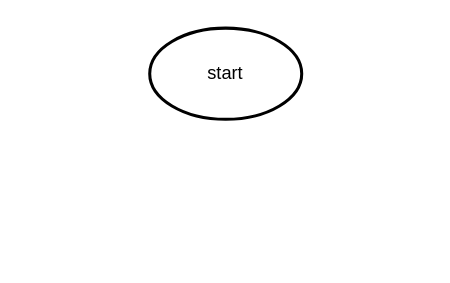
This is SerieFibonacci.drawio from AnthonyLozadaAlexander/DiagramaDeFlujos, a draw.io file, before an edit. Source tidied: cells renumbered, new cells numbered last; positions are measured from the earlier drawing's top-left corner, leaving out a move shared by most shapes. Both pictures are drawn from the tidied source at 152%, with x=0, y=0 at pixel (149, 27).
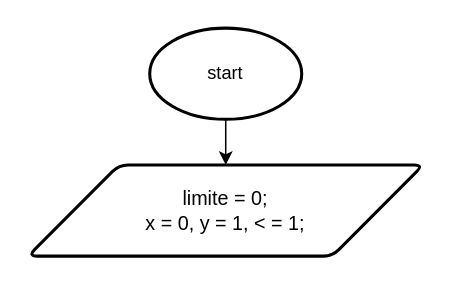
Above is the later version.

Commit message:
Actualizar diagrama de flujo de Fibonacci para ajustar posiciones y agregar condiciones iniciales

What changed in the source:
```diff
@@
 <mxGraphModel>
   <root>
     <mxCell id="0" />
     <mxCell id="1" parent="0" />
     <mxCell id="2" value="start" style="strokeWidth=2;html=1;shape=mxgraph.flowchart.start_1;whiteSpace=wrap;" parent="1" vertex="1">
       <mxGeometry width="100" height="60" as="geometry" />
     </mxCell>
+    <mxCell id="3" value="limite = 0;&lt;div&gt;x = 0, y = 1, &amp;lt; = 1;&lt;/div&gt;" style="shape=parallelogram;html=1;strokeWidth=2;perimeter=parallelogramPerimeter;whiteSpace=wrap;rounded=1;arcSize=12;size=0.23;fontSize=13;" parent="1" vertex="1">
+      <mxGeometry x="-80" y="90" width="260" height="60" as="geometry" />
+    </mxCell>
+    <mxCell id="4" style="edgeStyle=none;html=1;" parent="1" edge="1" source="2">
+      <mxGeometry relative="1" as="geometry">
+        <mxPoint x="50" y="90" as="targetPoint" />
+      </mxGeometry>
+    </mxCell>
   </root>
 </mxGraphModel>
```
